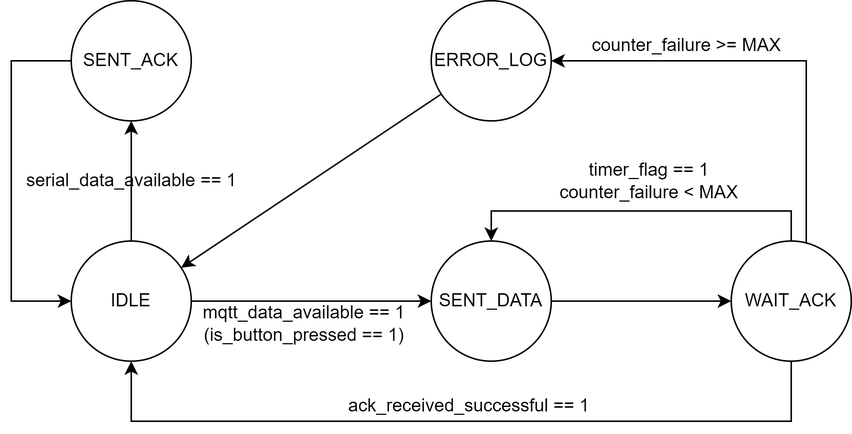
Before: lab5/stop_n_wait_fsm.png, a diagram exported from draw.io (thanhnguyen2612/iot-lab). Source tidied: cells renumbered, new cells last; positions are measured from the earlier drawing's top-left corner, leaving out a move shared by most shapes. The source it was exported from:
```xml
<mxGraphModel>
  <root>
    <mxCell id="0" />
    <mxCell id="1" parent="0" />
    <mxCell id="2" style="edgeStyle=orthogonalEdgeStyle;rounded=0;jettySize=auto;html=1;entryX=0;entryY=0.5;entryDx=0;entryDy=0;" parent="1" edge="1" source="3" target="8">
      <mxGeometry relative="1" as="geometry">
        <Array as="points">
          <mxPoint y="40" />
          <mxPoint y="200" />
        </Array>
      </mxGeometry>
    </mxCell>
    <mxCell id="3" value="SENT_ACK" style="ellipse;whiteSpace=wrap;html=1;" parent="1" vertex="1">
      <mxGeometry x="40" width="80" height="80" as="geometry" />
    </mxCell>
    <mxCell id="4" style="rounded=0;jettySize=auto;html=1;" parent="1" edge="1" source="5" target="8">
      <mxGeometry relative="1" as="geometry" />
    </mxCell>
    <mxCell id="5" value="ERROR_LOG&lt;span style=&quot;color: rgba(0, 0, 0, 0); font-family: monospace; font-size: 0px; text-align: start;&quot;&gt;%3CmxGraphModel%3E%3Croot%3E%3CmxCell%20id%3D%220%22%2F%3E%3CmxCell%20id%3D%221%22%20parent%3D%220%22%2F%3E%3CmxCell%20id%3D%222%22%20value%3D%22SENT_ACK%22%20style%3D%22ellipse%3BwhiteSpace%3Dwrap%3Bhtml%3D1%3Baspect%3Dfixed%3B%22%20vertex%3D%221%22%20parent%3D%221%22%3E%3CmxGeometry%20x%3D%22140%22%20y%3D%22150%22%20width%3D%2280%22%20height%3D%2280%22%20as%3D%22geometry%22%2F%3E%3C%2FmxCell%3E%3C%2Froot%3E%3C%2FmxGraphModel%3E&lt;/span&gt;" style="ellipse;whiteSpace=wrap;html=1;" parent="1" vertex="1">
      <mxGeometry x="280" width="80" height="80" as="geometry" />
    </mxCell>
    <mxCell id="6" style="edgeStyle=orthogonalEdgeStyle;rounded=0;jettySize=auto;html=1;" parent="1" edge="1" source="8" target="3">
      <mxGeometry relative="1" as="geometry" />
    </mxCell>
    <mxCell id="7" style="edgeStyle=orthogonalEdgeStyle;rounded=0;jettySize=auto;html=1;" parent="1" edge="1" source="8" target="10">
      <mxGeometry relative="1" as="geometry" />
    </mxCell>
    <mxCell id="8" value="IDLE&lt;span style=&quot;color: rgba(0, 0, 0, 0); font-family: monospace; font-size: 0px; text-align: start;&quot;&gt;%3CmxGraphModel%3E%3Croot%3E%3CmxCell%20id%3D%220%22%2F%3E%3CmxCell%20id%3D%221%22%20parent%3D%220%22%2F%3E%3CmxCell%20id%3D%222%22%20value%3D%22SENT_ACK%22%20style%3D%22ellipse%3BwhiteSpace%3Dwrap%3Bhtml%3D1%3Baspect%3Dfixed%3B%22%20vertex%3D%221%22%20parent%3D%221%22%3E%3CmxGeometry%20x%3D%22140%22%20y%3D%22150%22%20width%3D%2280%22%20height%3D%2280%22%20as%3D%22geometry%22%2F%3E%3C%2FmxCell%3E%3C%2Froot%3E%3C%2FmxGraphModel%3E&lt;/span&gt;" style="ellipse;whiteSpace=wrap;html=1;" parent="1" vertex="1">
      <mxGeometry x="40" y="160" width="80" height="80" as="geometry" />
    </mxCell>
    <mxCell id="9" style="edgeStyle=orthogonalEdgeStyle;rounded=0;jettySize=auto;html=1;" parent="1" edge="1" source="10" target="14">
      <mxGeometry relative="1" as="geometry" />
    </mxCell>
    <mxCell id="10" value="SENT_DATA&lt;span style=&quot;color: rgba(0, 0, 0, 0); font-family: monospace; font-size: 0px; text-align: start;&quot;&gt;%3CmxGraphModel%3E%3Croot%3E%3CmxCell%20id%3D%220%22%2F%3E%3CmxCell%20id%3D%221%22%20parent%3D%220%22%2F%3E%3CmxCell%20id%3D%222%22%20value%3D%22SENT_ACK%22%20style%3D%22ellipse%3BwhiteSpace%3Dwrap%3Bhtml%3D1%3Baspect%3Dfixed%3B%22%20vertex%3D%221%22%20parent%3D%221%22%3E%3CmxGeometry%20x%3D%22140%22%20y%3D%22150%22%20width%3D%2280%22%20height%3D%2280%22%20as%3D%22geometry%22%2F%3E%3C%2FmxCell%3E%3C%2Froot%3E%3C%2FmxGraphModel%3E&lt;/span&gt;" style="ellipse;whiteSpace=wrap;html=1;" parent="1" vertex="1">
      <mxGeometry x="280" y="160" width="80" height="80" as="geometry" />
    </mxCell>
    <mxCell id="11" style="edgeStyle=orthogonalEdgeStyle;rounded=0;jettySize=auto;html=1;" parent="1" edge="1" source="14" target="8">
      <mxGeometry relative="1" as="geometry">
        <Array as="points">
          <mxPoint x="520" y="280" />
          <mxPoint x="80" y="280" />
        </Array>
      </mxGeometry>
    </mxCell>
    <mxCell id="12" style="edgeStyle=orthogonalEdgeStyle;rounded=0;jettySize=auto;html=1;" parent="1" edge="1" source="14" target="5">
      <mxGeometry relative="1" as="geometry">
        <Array as="points">
          <mxPoint x="530" y="40" />
        </Array>
      </mxGeometry>
    </mxCell>
    <mxCell id="13" style="edgeStyle=none;rounded=0;jettySize=auto;html=1;" parent="1" edge="1" source="14" target="10">
      <mxGeometry relative="1" as="geometry">
        <Array as="points">
          <mxPoint x="520" y="140" />
          <mxPoint x="320" y="140" />
        </Array>
      </mxGeometry>
    </mxCell>
    <mxCell id="14" value="WAIT_ACK" style="ellipse;whiteSpace=wrap;html=1;" parent="1" vertex="1">
      <mxGeometry x="480" y="160" width="80" height="80" as="geometry" />
    </mxCell>
    <mxCell id="15" value="serial_data_available == 1" style="text;html=1;align=center;verticalAlign=middle;strokeColor=none;fillColor=none;" parent="1" vertex="1">
      <mxGeometry y="110" width="160" height="20" as="geometry" />
    </mxCell>
    <mxCell id="16" value="mqtt_data_available == 1&lt;br&gt;(is_button_pressed == 1)" style="text;html=1;align=center;verticalAlign=middle;strokeColor=none;fillColor=none;" parent="1" vertex="1">
      <mxGeometry x="120" y="200" width="150" height="30" as="geometry" />
    </mxCell>
    <mxCell id="17" value="ack_received_successful == 1" style="text;html=1;align=center;verticalAlign=middle;strokeColor=none;fillColor=none;" parent="1" vertex="1">
      <mxGeometry x="215" y="260" width="180" height="20" as="geometry" />
    </mxCell>
    <mxCell id="18" value="counter_failure &amp;gt;= MAX" style="text;html=1;align=center;verticalAlign=middle;strokeColor=none;fillColor=none;" parent="1" vertex="1">
      <mxGeometry x="380" y="20" width="140" height="20" as="geometry" />
    </mxCell>
    <mxCell id="19" value="timer_flag == 1&lt;br&gt;counter_failure &amp;lt; MAX" style="text;html=1;align=center;verticalAlign=middle;strokeColor=none;fillColor=none;" parent="1" vertex="1">
      <mxGeometry x="360" y="105" width="130" height="30" as="geometry" />
    </mxCell>
  </root>
</mxGraphModel>
```
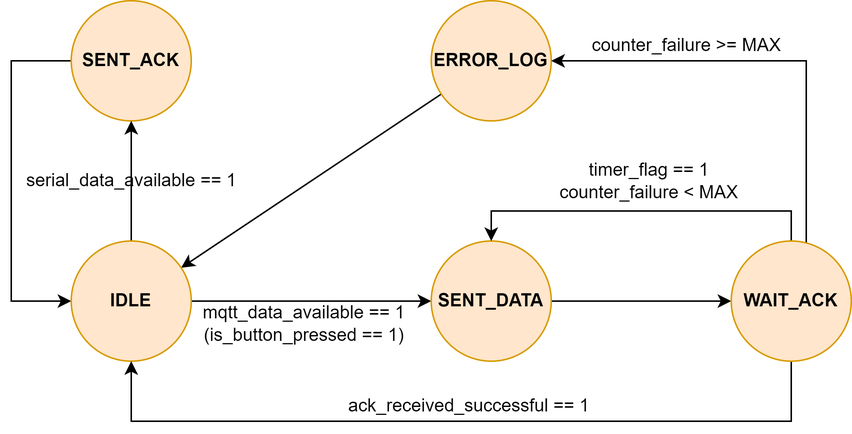
Above is the later version.

What changed in the source:
```diff
@@ -10,13 +10,13 @@
         </Array>
       </mxGeometry>
     </mxCell>
-    <mxCell id="3" value="SENT_ACK" style="ellipse;whiteSpace=wrap;html=1;" parent="1" vertex="1">
+    <mxCell id="3" value="SENT_ACK" style="ellipse;whiteSpace=wrap;html=1;fontStyle=1;fillColor=#ffe6cc;strokeColor=#d79b00;" parent="1" vertex="1">
       <mxGeometry x="40" width="80" height="80" as="geometry" />
     </mxCell>
     <mxCell id="4" style="rounded=0;jettySize=auto;html=1;" parent="1" edge="1" source="5" target="8">
       <mxGeometry relative="1" as="geometry" />
     </mxCell>
-    <mxCell id="5" value="ERROR_LOG&lt;span style=&quot;color: rgba(0, 0, 0, 0); font-family: monospace; font-size: 0px; text-align: start;&quot;&gt;%3CmxGraphModel%3E%3Croot%3E%3CmxCell%20id%3D%220%22%2F%3E%3CmxCell%20id%3D%221%22%20parent%3D%220%22%2F%3E%3CmxCell%20id%3D%222%22%20value%3D%22SENT_ACK%22%20style%3D%22ellipse%3BwhiteSpace%3Dwrap%3Bhtml%3D1%3Baspect%3Dfixed%3B%22%20vertex%3D%221%22%20parent%3D%221%22%3E%3CmxGeometry%20x%3D%22140%22%20y%3D%22150%22%20width%3D%2280%22%20height%3D%2280%22%20as%3D%22geometry%22%2F%3E%3C%2FmxCell%3E%3C%2Froot%3E%3C%2FmxGraphModel%3E&lt;/span&gt;" style="ellipse;whiteSpace=wrap;html=1;" parent="1" vertex="1">
+    <mxCell id="5" value="ERROR_LOG&lt;span style=&quot;color: rgba(0, 0, 0, 0); font-family: monospace; font-size: 0px; text-align: start;&quot;&gt;%3CmxGraphModel%3E%3Croot%3E%3CmxCell%20id%3D%220%22%2F%3E%3CmxCell%20id%3D%221%22%20parent%3D%220%22%2F%3E%3CmxCell%20id%3D%222%22%20value%3D%22SENT_ACK%22%20style%3D%22ellipse%3BwhiteSpace%3Dwrap%3Bhtml%3D1%3Baspect%3Dfixed%3B%22%20vertex%3D%221%22%20parent%3D%221%22%3E%3CmxGeometry%20x%3D%22140%22%20y%3D%22150%22%20width%3D%2280%22%20height%3D%2280%22%20as%3D%22geometry%22%2F%3E%3C%2FmxCell%3E%3C%2Froot%3E%3C%2FmxGraphModel%3E&lt;/span&gt;" style="ellipse;whiteSpace=wrap;html=1;fontStyle=1;fillColor=#ffe6cc;strokeColor=#d79b00;" parent="1" vertex="1">
       <mxGeometry x="280" width="80" height="80" as="geometry" />
     </mxCell>
     <mxCell id="6" style="edgeStyle=orthogonalEdgeStyle;rounded=0;jettySize=auto;html=1;" parent="1" edge="1" source="8" target="3">
@@ -25,13 +25,13 @@
     <mxCell id="7" style="edgeStyle=orthogonalEdgeStyle;rounded=0;jettySize=auto;html=1;" parent="1" edge="1" source="8" target="10">
       <mxGeometry relative="1" as="geometry" />
     </mxCell>
-    <mxCell id="8" value="IDLE&lt;span style=&quot;color: rgba(0, 0, 0, 0); font-family: monospace; font-size: 0px; text-align: start;&quot;&gt;%3CmxGraphModel%3E%3Croot%3E%3CmxCell%20id%3D%220%22%2F%3E%3CmxCell%20id%3D%221%22%20parent%3D%220%22%2F%3E%3CmxCell%20id%3D%222%22%20value%3D%22SENT_ACK%22%20style%3D%22ellipse%3BwhiteSpace%3Dwrap%3Bhtml%3D1%3Baspect%3Dfixed%3B%22%20vertex%3D%221%22%20parent%3D%221%22%3E%3CmxGeometry%20x%3D%22140%22%20y%3D%22150%22%20width%3D%2280%22%20height%3D%2280%22%20as%3D%22geometry%22%2F%3E%3C%2FmxCell%3E%3C%2Froot%3E%3C%2FmxGraphModel%3E&lt;/span&gt;" style="ellipse;whiteSpace=wrap;html=1;" parent="1" vertex="1">
+    <mxCell id="8" value="IDLE&lt;span style=&quot;color: rgba(0, 0, 0, 0); font-family: monospace; font-size: 0px; text-align: start;&quot;&gt;%3CmxGraphModel%3E%3Croot%3E%3CmxCell%20id%3D%220%22%2F%3E%3CmxCell%20id%3D%221%22%20parent%3D%220%22%2F%3E%3CmxCell%20id%3D%222%22%20value%3D%22SENT_ACK%22%20style%3D%22ellipse%3BwhiteSpace%3Dwrap%3Bhtml%3D1%3Baspect%3Dfixed%3B%22%20vertex%3D%221%22%20parent%3D%221%22%3E%3CmxGeometry%20x%3D%22140%22%20y%3D%22150%22%20width%3D%2280%22%20height%3D%2280%22%20as%3D%22geometry%22%2F%3E%3C%2FmxCell%3E%3C%2Froot%3E%3C%2FmxGraphModel%3E&lt;/span&gt;" style="ellipse;whiteSpace=wrap;html=1;fontStyle=1;fillColor=#ffe6cc;strokeColor=#d79b00;" parent="1" vertex="1">
       <mxGeometry x="40" y="160" width="80" height="80" as="geometry" />
     </mxCell>
     <mxCell id="9" style="edgeStyle=orthogonalEdgeStyle;rounded=0;jettySize=auto;html=1;" parent="1" edge="1" source="10" target="14">
       <mxGeometry relative="1" as="geometry" />
     </mxCell>
-    <mxCell id="10" value="SENT_DATA&lt;span style=&quot;color: rgba(0, 0, 0, 0); font-family: monospace; font-size: 0px; text-align: start;&quot;&gt;%3CmxGraphModel%3E%3Croot%3E%3CmxCell%20id%3D%220%22%2F%3E%3CmxCell%20id%3D%221%22%20parent%3D%220%22%2F%3E%3CmxCell%20id%3D%222%22%20value%3D%22SENT_ACK%22%20style%3D%22ellipse%3BwhiteSpace%3Dwrap%3Bhtml%3D1%3Baspect%3Dfixed%3B%22%20vertex%3D%221%22%20parent%3D%221%22%3E%3CmxGeometry%20x%3D%22140%22%20y%3D%22150%22%20width%3D%2280%22%20height%3D%2280%22%20as%3D%22geometry%22%2F%3E%3C%2FmxCell%3E%3C%2Froot%3E%3C%2FmxGraphModel%3E&lt;/span&gt;" style="ellipse;whiteSpace=wrap;html=1;" parent="1" vertex="1">
+    <mxCell id="10" value="SENT_DATA&lt;span style=&quot;color: rgba(0, 0, 0, 0); font-family: monospace; font-size: 0px; text-align: start;&quot;&gt;%3CmxGraphModel%3E%3Croot%3E%3CmxCell%20id%3D%220%22%2F%3E%3CmxCell%20id%3D%221%22%20parent%3D%220%22%2F%3E%3CmxCell%20id%3D%222%22%20value%3D%22SENT_ACK%22%20style%3D%22ellipse%3BwhiteSpace%3Dwrap%3Bhtml%3D1%3Baspect%3Dfixed%3B%22%20vertex%3D%221%22%20parent%3D%221%22%3E%3CmxGeometry%20x%3D%22140%22%20y%3D%22150%22%20width%3D%2280%22%20height%3D%2280%22%20as%3D%22geometry%22%2F%3E%3C%2FmxCell%3E%3C%2Froot%3E%3C%2FmxGraphModel%3E&lt;/span&gt;" style="ellipse;whiteSpace=wrap;html=1;fontStyle=1;fillColor=#ffe6cc;strokeColor=#d79b00;" parent="1" vertex="1">
       <mxGeometry x="280" y="160" width="80" height="80" as="geometry" />
     </mxCell>
     <mxCell id="11" style="edgeStyle=orthogonalEdgeStyle;rounded=0;jettySize=auto;html=1;" parent="1" edge="1" source="14" target="8">
@@ -57,7 +57,7 @@
         </Array>
       </mxGeometry>
     </mxCell>
-    <mxCell id="14" value="WAIT_ACK" style="ellipse;whiteSpace=wrap;html=1;" parent="1" vertex="1">
+    <mxCell id="14" value="WAIT_ACK" style="ellipse;whiteSpace=wrap;html=1;fontStyle=1;fillColor=#ffe6cc;strokeColor=#d79b00;" parent="1" vertex="1">
       <mxGeometry x="480" y="160" width="80" height="80" as="geometry" />
     </mxCell>
     <mxCell id="15" value="serial_data_available == 1" style="text;html=1;align=center;verticalAlign=middle;strokeColor=none;fillColor=none;" parent="1" vertex="1">
```
